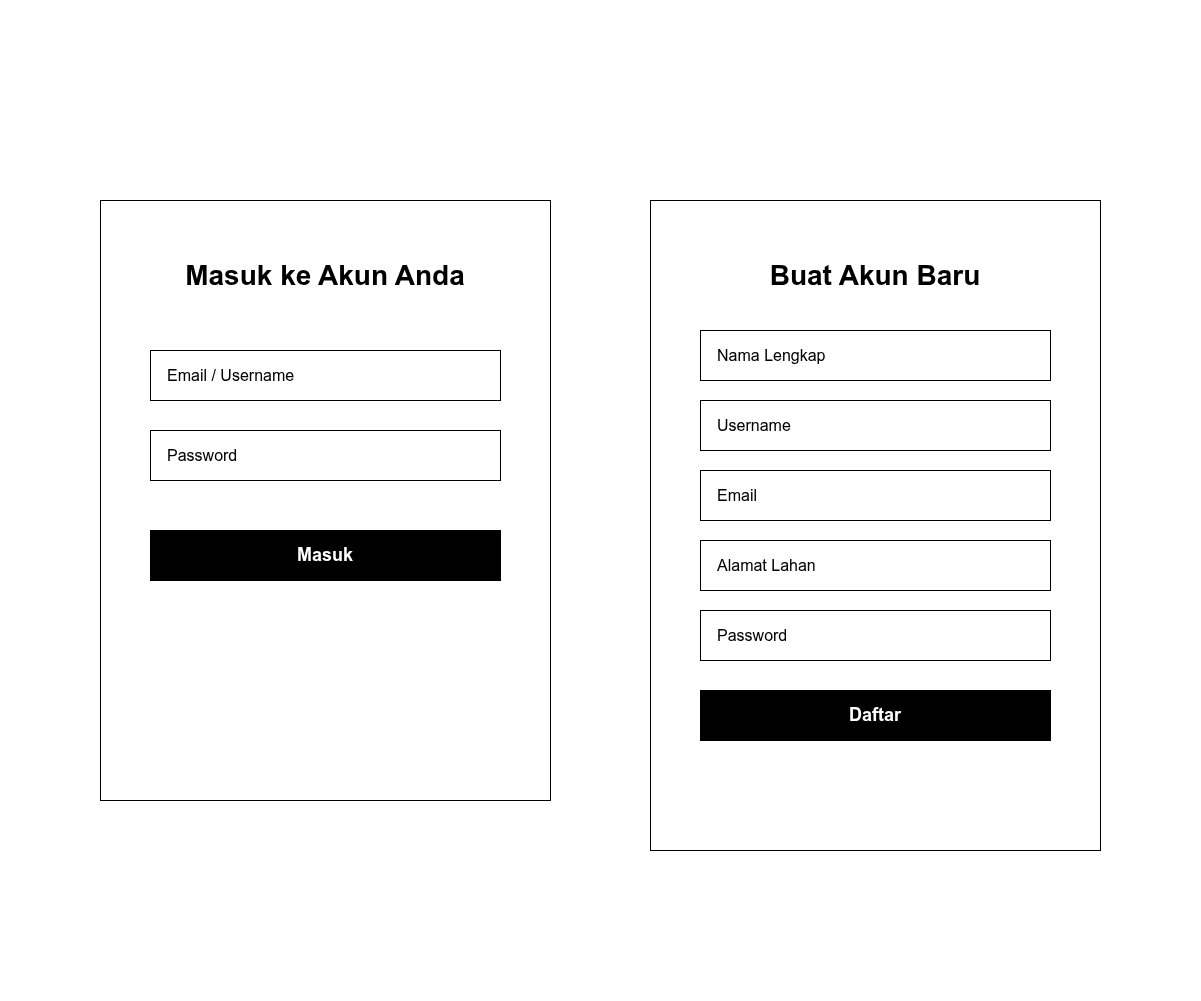
RajaSunrise/kangkungku keeps this draw.io diagram as diagram/desain/auth.png. Above is the earlier version. Source tidied: cells renumbered, new cells last; positions are measured from the earlier drawing's top-left corner, leaving out a move shared by most shapes. Source of this version:
```xml
<mxGraphModel>
  <root>
    <mxCell id="0" />
    <mxCell id="1" parent="0" />
    <mxCell id="2" style="rounded=0;whiteSpace=wrap;html=1;fillColor=#FFFFFF;strokeColor=none;" parent="1" vertex="1">
      <mxGeometry width="1200" height="1000" as="geometry" />
    </mxCell>
    <mxCell id="3" style="rounded=0;whiteSpace=wrap;html=1;fillColor=#FFFFFF;strokeColor=#000000;" parent="1" vertex="1">
      <mxGeometry x="100" y="200" width="450" height="600" as="geometry" />
    </mxCell>
    <mxCell id="4" value="Masuk ke Akun Anda" style="text;html=1;strokeColor=none;fillColor=none;align=center;verticalAlign=middle;whiteSpace=wrap;rounded=0;fontColor=#000000;fontSize=28;fontStyle=1;" parent="1" vertex="1">
      <mxGeometry x="125" y="250" width="400" height="50" as="geometry" />
    </mxCell>
    <mxCell id="5" value="Email / Username" style="rounded=0;whiteSpace=wrap;html=1;fillColor=#FFFFFF;strokeColor=#000000;fontColor=#000000;align=left;spacingLeft=15;fontSize=16;" parent="1" vertex="1">
      <mxGeometry x="150" y="350" width="350" height="50" as="geometry" />
    </mxCell>
    <mxCell id="6" value="Password" style="rounded=0;whiteSpace=wrap;html=1;fillColor=#FFFFFF;strokeColor=#000000;fontColor=#000000;align=left;spacingLeft=15;fontSize=16;" parent="1" vertex="1">
      <mxGeometry x="150" y="430" width="350" height="50" as="geometry" />
    </mxCell>
    <mxCell id="7" value="Masuk" style="rounded=0;whiteSpace=wrap;html=1;fillColor=#000000;strokeColor=#000000;fontColor=#FFFFFF;fontStyle=1;fontSize=18;" parent="1" vertex="1">
      <mxGeometry x="150" y="530" width="350" height="50" as="geometry" />
    </mxCell>
    <mxCell id="8" style="rounded=0;whiteSpace=wrap;html=1;fillColor=#FFFFFF;strokeColor=#000000;" parent="1" vertex="1">
      <mxGeometry x="650" y="200" width="450" height="650" as="geometry" />
    </mxCell>
    <mxCell id="9" value="Buat Akun Baru" style="text;html=1;strokeColor=none;fillColor=none;align=center;verticalAlign=middle;whiteSpace=wrap;rounded=0;fontColor=#000000;fontSize=28;fontStyle=1;" parent="1" vertex="1">
      <mxGeometry x="675" y="250" width="400" height="50" as="geometry" />
    </mxCell>
    <mxCell id="10" value="Nama Lengkap" style="rounded=0;whiteSpace=wrap;html=1;fillColor=#FFFFFF;strokeColor=#000000;fontColor=#000000;align=left;spacingLeft=15;fontSize=16;" parent="1" vertex="1">
      <mxGeometry x="700" y="330" width="350" height="50" as="geometry" />
    </mxCell>
    <mxCell id="11" value="Username" style="rounded=0;whiteSpace=wrap;html=1;fillColor=#FFFFFF;strokeColor=#000000;fontColor=#000000;align=left;spacingLeft=15;fontSize=16;" parent="1" vertex="1">
      <mxGeometry x="700" y="400" width="350" height="50" as="geometry" />
    </mxCell>
    <mxCell id="12" value="Email" style="rounded=0;whiteSpace=wrap;html=1;fillColor=#FFFFFF;strokeColor=#000000;fontColor=#000000;align=left;spacingLeft=15;fontSize=16;" parent="1" vertex="1">
      <mxGeometry x="700" y="470" width="350" height="50" as="geometry" />
    </mxCell>
    <mxCell id="13" value="Alamat Lahan" style="rounded=0;whiteSpace=wrap;html=1;fillColor=#FFFFFF;strokeColor=#000000;fontColor=#000000;align=left;spacingLeft=15;fontSize=16;" parent="1" vertex="1">
      <mxGeometry x="700" y="540" width="350" height="50" as="geometry" />
    </mxCell>
    <mxCell id="14" value="Password" style="rounded=0;whiteSpace=wrap;html=1;fillColor=#FFFFFF;strokeColor=#000000;fontColor=#000000;align=left;spacingLeft=15;fontSize=16;" parent="1" vertex="1">
      <mxGeometry x="700" y="610" width="350" height="50" as="geometry" />
    </mxCell>
    <mxCell id="15" value="Daftar" style="rounded=0;whiteSpace=wrap;html=1;fillColor=#000000;strokeColor=#000000;fontColor=#FFFFFF;fontStyle=1;fontSize=18;" parent="1" vertex="1">
      <mxGeometry x="700" y="690" width="350" height="50" as="geometry" />
    </mxCell>
  </root>
</mxGraphModel>
```
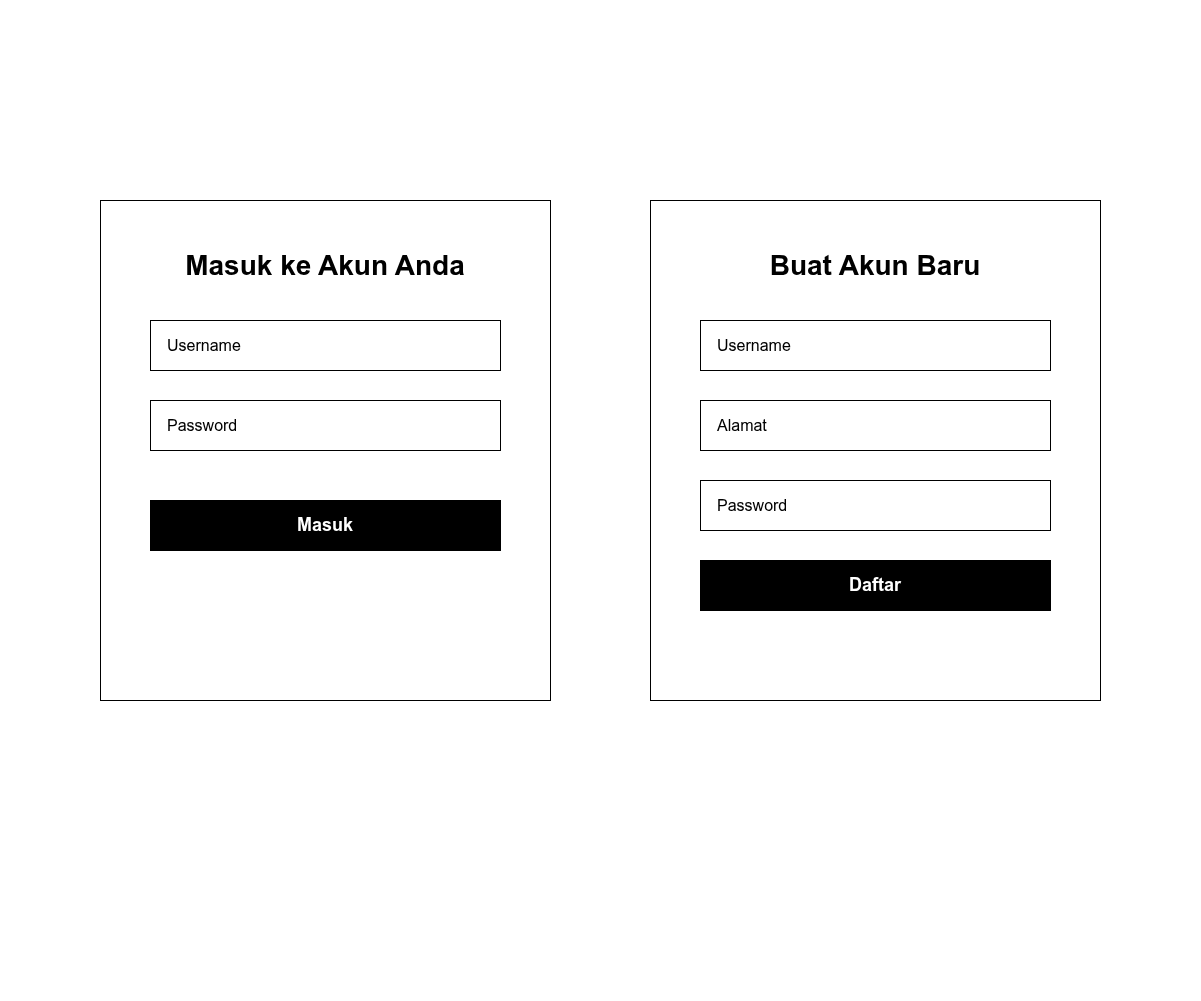
The same file after the commit.

Change to the diagram source:
```diff
@@ -6,43 +6,37 @@
       <mxGeometry width="1200" height="1000" as="geometry" />
     </mxCell>
     <mxCell id="3" style="rounded=0;whiteSpace=wrap;html=1;fillColor=#FFFFFF;strokeColor=#000000;" parent="1" vertex="1">
-      <mxGeometry x="100" y="200" width="450" height="600" as="geometry" />
+      <mxGeometry x="100" y="200" width="450" height="500" as="geometry" />
     </mxCell>
     <mxCell id="4" value="Masuk ke Akun Anda" style="text;html=1;strokeColor=none;fillColor=none;align=center;verticalAlign=middle;whiteSpace=wrap;rounded=0;fontColor=#000000;fontSize=28;fontStyle=1;" parent="1" vertex="1">
-      <mxGeometry x="125" y="250" width="400" height="50" as="geometry" />
+      <mxGeometry x="125" y="240" width="400" height="50" as="geometry" />
     </mxCell>
-    <mxCell id="5" value="Email / Username" style="rounded=0;whiteSpace=wrap;html=1;fillColor=#FFFFFF;strokeColor=#000000;fontColor=#000000;align=left;spacingLeft=15;fontSize=16;" parent="1" vertex="1">
-      <mxGeometry x="150" y="350" width="350" height="50" as="geometry" />
+    <mxCell id="5" value="Username" style="rounded=0;whiteSpace=wrap;html=1;fillColor=#FFFFFF;strokeColor=#000000;fontColor=#000000;align=left;spacingLeft=15;fontSize=16;" parent="1" vertex="1">
+      <mxGeometry x="150" y="320" width="350" height="50" as="geometry" />
     </mxCell>
     <mxCell id="6" value="Password" style="rounded=0;whiteSpace=wrap;html=1;fillColor=#FFFFFF;strokeColor=#000000;fontColor=#000000;align=left;spacingLeft=15;fontSize=16;" parent="1" vertex="1">
-      <mxGeometry x="150" y="430" width="350" height="50" as="geometry" />
+      <mxGeometry x="150" y="400" width="350" height="50" as="geometry" />
     </mxCell>
     <mxCell id="7" value="Masuk" style="rounded=0;whiteSpace=wrap;html=1;fillColor=#000000;strokeColor=#000000;fontColor=#FFFFFF;fontStyle=1;fontSize=18;" parent="1" vertex="1">
-      <mxGeometry x="150" y="530" width="350" height="50" as="geometry" />
+      <mxGeometry x="150" y="500" width="350" height="50" as="geometry" />
     </mxCell>
     <mxCell id="8" style="rounded=0;whiteSpace=wrap;html=1;fillColor=#FFFFFF;strokeColor=#000000;" parent="1" vertex="1">
-      <mxGeometry x="650" y="200" width="450" height="650" as="geometry" />
+      <mxGeometry x="650" y="200" width="450" height="500" as="geometry" />
     </mxCell>
     <mxCell id="9" value="Buat Akun Baru" style="text;html=1;strokeColor=none;fillColor=none;align=center;verticalAlign=middle;whiteSpace=wrap;rounded=0;fontColor=#000000;fontSize=28;fontStyle=1;" parent="1" vertex="1">
-      <mxGeometry x="675" y="250" width="400" height="50" as="geometry" />
+      <mxGeometry x="675" y="240" width="400" height="50" as="geometry" />
     </mxCell>
-    <mxCell id="10" value="Nama Lengkap" style="rounded=0;whiteSpace=wrap;html=1;fillColor=#FFFFFF;strokeColor=#000000;fontColor=#000000;align=left;spacingLeft=15;fontSize=16;" parent="1" vertex="1">
-      <mxGeometry x="700" y="330" width="350" height="50" as="geometry" />
-    </mxCell>
     <mxCell id="11" value="Username" style="rounded=0;whiteSpace=wrap;html=1;fillColor=#FFFFFF;strokeColor=#000000;fontColor=#000000;align=left;spacingLeft=15;fontSize=16;" parent="1" vertex="1">
-      <mxGeometry x="700" y="400" width="350" height="50" as="geometry" />
+      <mxGeometry x="700" y="320" width="350" height="50" as="geometry" />
     </mxCell>
-    <mxCell id="12" value="Email" style="rounded=0;whiteSpace=wrap;html=1;fillColor=#FFFFFF;strokeColor=#000000;fontColor=#000000;align=left;spacingLeft=15;fontSize=16;" parent="1" vertex="1">
-      <mxGeometry x="700" y="470" width="350" height="50" as="geometry" />
-    </mxCell>
-    <mxCell id="13" value="Alamat Lahan" style="rounded=0;whiteSpace=wrap;html=1;fillColor=#FFFFFF;strokeColor=#000000;fontColor=#000000;align=left;spacingLeft=15;fontSize=16;" parent="1" vertex="1">
-      <mxGeometry x="700" y="540" width="350" height="50" as="geometry" />
+    <mxCell id="13" value="Alamat" style="rounded=0;whiteSpace=wrap;html=1;fillColor=#FFFFFF;strokeColor=#000000;fontColor=#000000;align=left;spacingLeft=15;fontSize=16;" parent="1" vertex="1">
+      <mxGeometry x="700" y="400" width="350" height="50" as="geometry" />
     </mxCell>
     <mxCell id="14" value="Password" style="rounded=0;whiteSpace=wrap;html=1;fillColor=#FFFFFF;strokeColor=#000000;fontColor=#000000;align=left;spacingLeft=15;fontSize=16;" parent="1" vertex="1">
-      <mxGeometry x="700" y="610" width="350" height="50" as="geometry" />
+      <mxGeometry x="700" y="480" width="350" height="50" as="geometry" />
     </mxCell>
     <mxCell id="15" value="Daftar" style="rounded=0;whiteSpace=wrap;html=1;fillColor=#000000;strokeColor=#000000;fontColor=#FFFFFF;fontStyle=1;fontSize=18;" parent="1" vertex="1">
-      <mxGeometry x="700" y="690" width="350" height="50" as="geometry" />
+      <mxGeometry x="700" y="560" width="350" height="50" as="geometry" />
     </mxCell>
   </root>
 </mxGraphModel>
```
